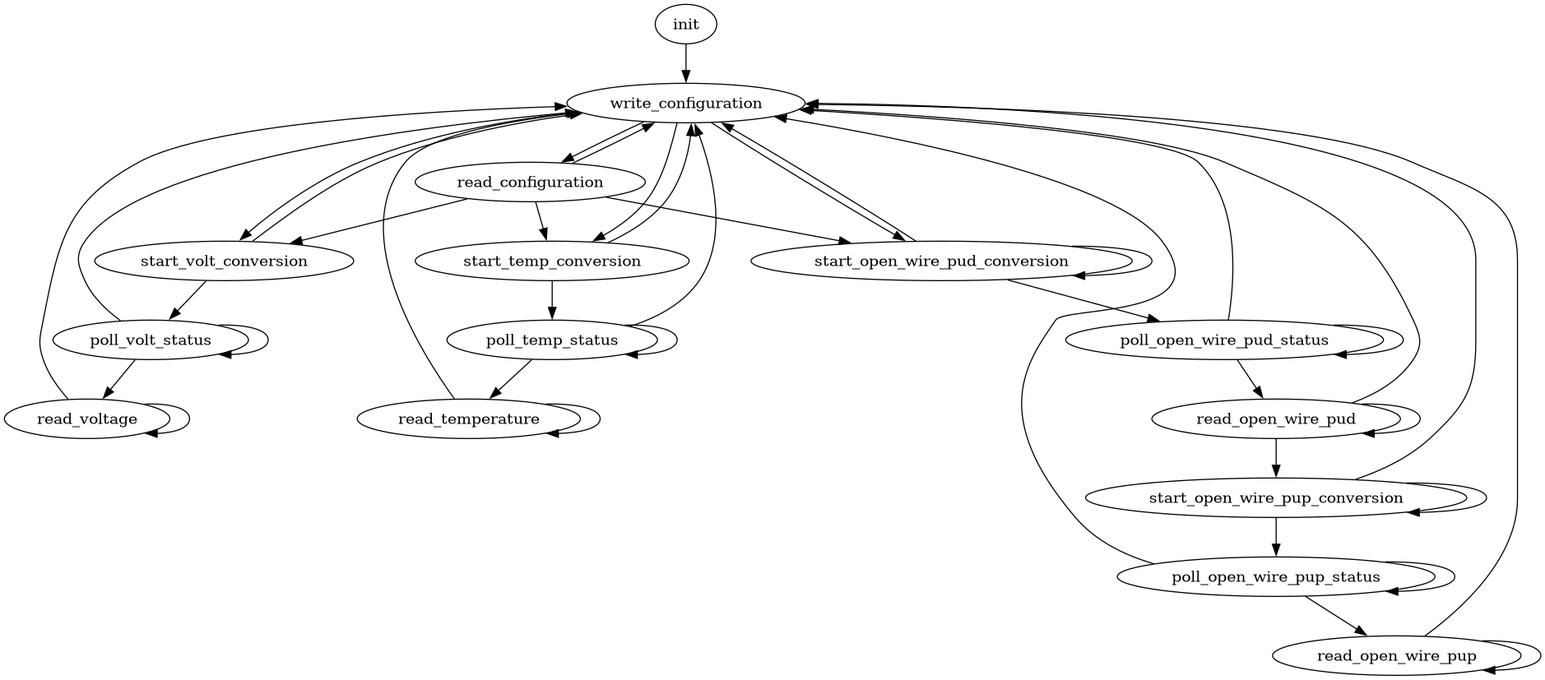
Above: assets/bms-monitor-fsm/bms-monitor-fsm.png in eagletrt/hv-bms-cellboard-sw (Graphviz), before the change. Its source is kept beside it as assets/bms-monitor-fsm/bms-monitor-fsm.dot.
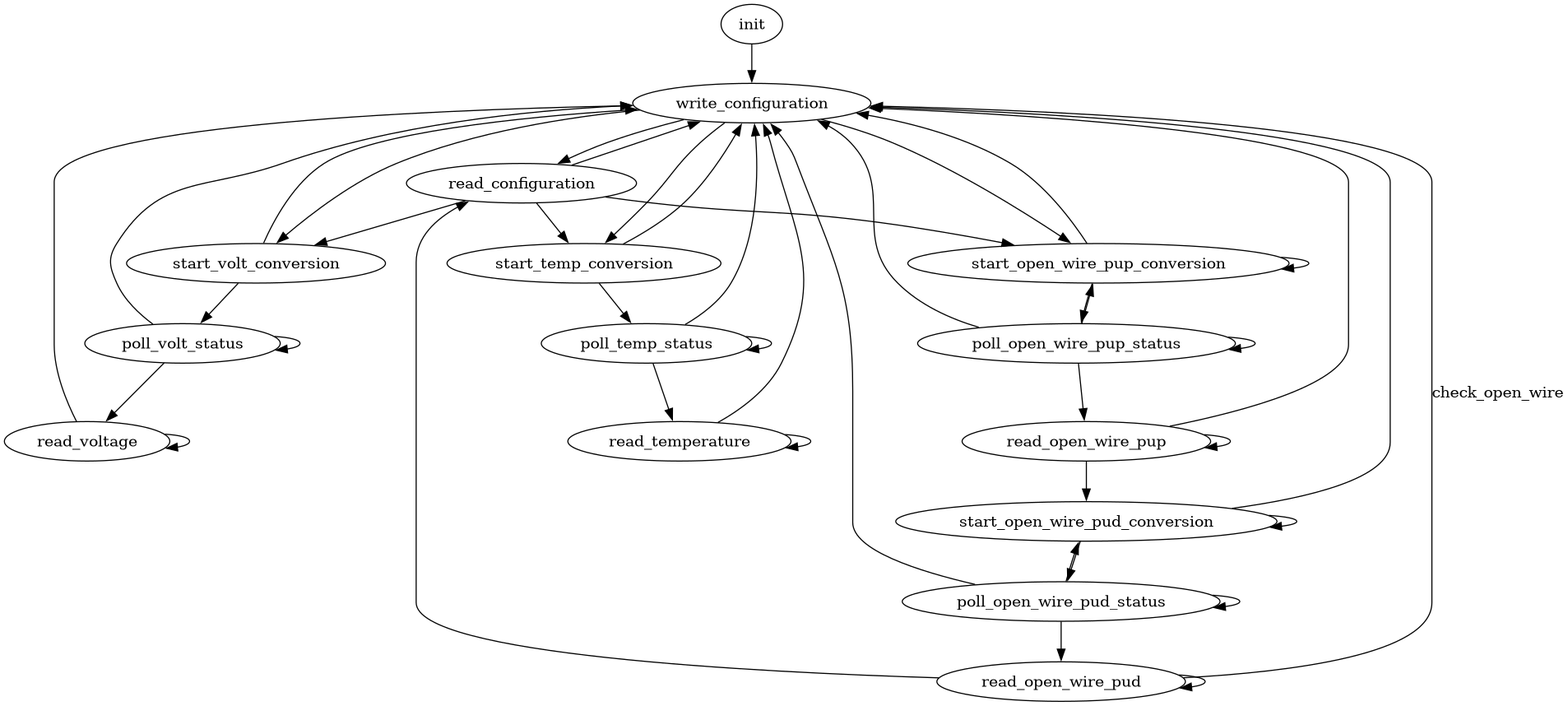
After the change.

Commit message:
feat(bms-monitor): add open-wire check

The edit, as a diff of the source:
```diff
@@ -20,12 +20,12 @@
     read_temperature
 
     /* Open wire */
+    start_open_wire_pup_conversion
+    poll_open_wire_pup_status
+    read_open_wire_pup
     start_open_wire_pud_conversion
     poll_open_wire_pud_status
     read_open_wire_pud
-    start_open_wire_pup_conversion
-    poll_open_wire_pup_status
-    read_open_wire_pup
 
     /* Initialization */
     init -> write_configuration
@@ -34,12 +34,12 @@
     write_configuration -> read_configuration
     write_configuration -> start_volt_conversion
     write_configuration -> start_temp_conversion
-    write_configuration -> start_open_wire_pud_conversion
+    write_configuration -> start_open_wire_pup_conversion
 
     read_configuration -> write_configuration
     read_configuration -> start_volt_conversion
     read_configuration -> start_temp_conversion
-    read_configuration -> start_open_wire_pud_conversion
+    read_configuration -> start_open_wire_pup_conversion
 
     /* Read voltages */
     start_volt_conversion -> poll_volt_status
@@ -64,26 +64,29 @@
     read_temperature -> write_configuration
 
     /* Open wire */
+    start_open_wire_pup_conversion -> start_open_wire_pup_conversion
+    start_open_wire_pup_conversion -> poll_open_wire_pup_status
+    start_open_wire_pup_conversion -> write_configuration
+
+    poll_open_wire_pup_status -> poll_open_wire_pup_status
+    poll_open_wire_pup_status -> start_open_wire_pup_conversion
+    poll_open_wire_pup_status -> read_open_wire_pup
+    poll_open_wire_pup_status -> write_configuration
+
+    read_open_wire_pup -> read_open_wire_pup
+    read_open_wire_pup -> start_open_wire_pud_conversion
+    read_open_wire_pup -> write_configuration
+
     start_open_wire_pud_conversion -> start_open_wire_pud_conversion
     start_open_wire_pud_conversion -> poll_open_wire_pud_status
     start_open_wire_pud_conversion -> write_configuration
 
+    poll_open_wire_pud_status -> start_open_wire_pud_conversion
     poll_open_wire_pud_status -> poll_open_wire_pud_status
     poll_open_wire_pud_status -> read_open_wire_pud
     poll_open_wire_pud_status -> write_configuration
 
     read_open_wire_pud -> read_open_wire_pud
-    read_open_wire_pud -> start_open_wire_pup_conversion
-    read_open_wire_pud -> write_configuration
-
-    start_open_wire_pup_conversion -> start_open_wire_pup_conversion
-    start_open_wire_pup_conversion -> poll_open_wire_pup_status
-    start_open_wire_pup_conversion -> write_configuration
-
-    poll_open_wire_pup_status -> poll_open_wire_pup_status
-    poll_open_wire_pup_status -> read_open_wire_pup
-    poll_open_wire_pup_status -> write_configuration
-
-    read_open_wire_pup -> read_open_wire_pup
-    read_open_wire_pup -> write_configuration
+    read_open_wire_pud -> write_configuration [label="check_open_wire"]
+    read_open_wire_pud -> read_configuration
 }
```
